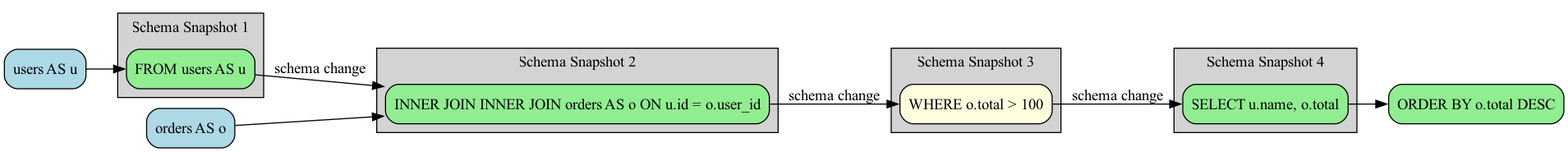
This is examples/join_query_schema.png from rot1024/sqloflow, a Graphviz export, as it was before one commit. Its source is kept beside it as examples/join_query_schema.dot.
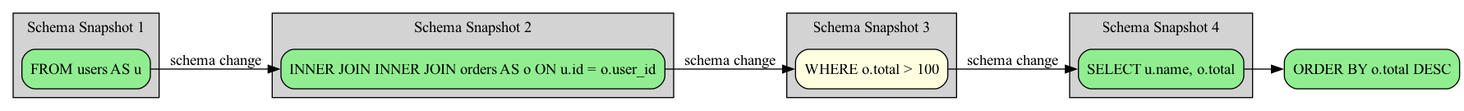
After the change.

The edit, as a diff of the source:
```diff
@@ -2,38 +2,34 @@
   rankdir=LR;
   node [shape=box, style=rounded];
 
-  node_0 [label="users AS u", fillcolor=lightblue, style="filled,rounded"];
-  node_2 [label="orders AS o", fillcolor=lightblue, style="filled,rounded"];
-  node_6 [label="ORDER BY o.total DESC", fillcolor=lightgreen, style="filled,rounded"];
   subgraph cluster_0 {
     label="Schema Snapshot 1";
     style=filled;
     fillcolor=lightgray;
-    node_1 [label="FROM users AS u", fillcolor=lightgreen, style="filled,rounded"];
+    node_0 [label="FROM users AS u", fillcolor=lightgreen, style="filled,rounded"];
   }
   subgraph cluster_1 {
     label="Schema Snapshot 2";
     style=filled;
     fillcolor=lightgray;
-    node_3 [label="INNER JOIN INNER JOIN orders AS o ON u.id = o.user_id", fillcolor=lightgreen, style="filled,rounded"];
+    node_1 [label="INNER JOIN INNER JOIN orders AS o ON u.id = o.user_id", fillcolor=lightgreen, style="filled,rounded"];
   }
   subgraph cluster_2 {
     label="Schema Snapshot 3";
     style=filled;
     fillcolor=lightgray;
-    node_4 [label="WHERE o.total > 100", fillcolor=lightyellow, style="filled,rounded"];
+    node_2 [label="WHERE o.total > 100", fillcolor=lightyellow, style="filled,rounded"];
   }
   subgraph cluster_3 {
     label="Schema Snapshot 4";
     style=filled;
     fillcolor=lightgray;
-    node_5 [label="SELECT u.name, o.total", fillcolor=lightgreen, style="filled,rounded"];
+    node_3 [label="SELECT u.name, o.total", fillcolor=lightgreen, style="filled,rounded"];
   }
+  node_4 [label="ORDER BY o.total DESC", fillcolor=lightgreen, style="filled,rounded"];
 
-  node_0 -> node_1 [color=black];
-  node_1 -> node_3 [color=black, label="schema change"];
-  node_2 -> node_3 [color=black];
-  node_3 -> node_4 [color=black, label="schema change"];
-  node_4 -> node_5 [color=black, label="schema change"];
-  node_5 -> node_6 [color=black];
+  node_0 -> node_1 [color=black, label="schema change"];
+  node_1 -> node_2 [color=black, label="schema change"];
+  node_2 -> node_3 [color=black, label="schema change"];
+  node_3 -> node_4 [color=black];
 }
```
